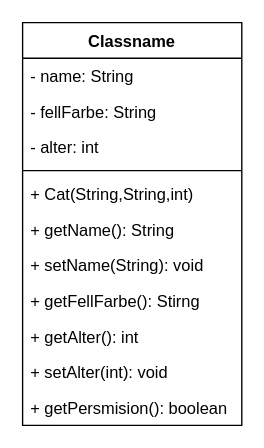
Earlier version of the draw.io diagram klassendiagramm.drawio (bacaiib/02a_Klassen_Objekte_1). Source tidied: cells renumbered, new cells numbered last; positions are measured from the earlier drawing's top-left corner, leaving out a move shared by most shapes. Both pictures are drawn from the tidied source at 137%, with x=0, y=0 at pixel (22, 22).
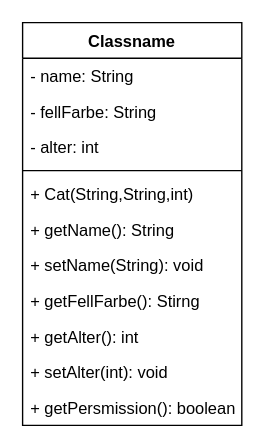
The same page after the edit.

What changed in the source:
```diff
@@
 <mxGraphModel>
   <root>
     <mxCell id="0" />
     <mxCell id="1" parent="0" />
     <mxCell id="2" value="Classname" style="swimlane;fontStyle=1;align=center;verticalAlign=top;horizontal=1;startSize=26;" parent="1" vertex="1">
       <mxGeometry width="160" height="294" as="geometry" />
     </mxCell>
     <mxCell id="3" value="- name: String" style="text;strokeColor=none;fillColor=none;align=left;verticalAlign=top;spacingLeft=4;spacingRight=4;overflow=hidden;" parent="2" vertex="1">
       <mxGeometry y="26" width="160" height="26" as="geometry" />
     </mxCell>
     <mxCell id="4" value="- fellFarbe: String" style="text;strokeColor=none;fillColor=none;align=left;verticalAlign=top;spacingLeft=4;spacingRight=4;overflow=hidden;" parent="2" vertex="1">
       <mxGeometry y="52" width="160" height="26" as="geometry" />
     </mxCell>
     <mxCell id="5" value="- alter: int" style="text;strokeColor=none;fillColor=none;align=left;verticalAlign=top;spacingLeft=4;spacingRight=4;overflow=hidden;" parent="2" vertex="1">
       <mxGeometry y="78" width="160" height="26" as="geometry" />
     </mxCell>
     <mxCell id="6" style="line;strokeWidth=1;fillColor=none;align=left;verticalAlign=middle;spacingTop=-1;spacingLeft=3;spacingRight=3;labelPosition=right;strokeColor=inherit;" parent="2" vertex="1">
       <mxGeometry y="104" width="160" height="8" as="geometry" />
     </mxCell>
     <mxCell id="7" value="+ Cat(String,String,int) " style="text;strokeColor=none;fillColor=none;align=left;verticalAlign=top;spacingLeft=4;spacingRight=4;overflow=hidden;" parent="2" vertex="1">
       <mxGeometry y="112" width="160" height="26" as="geometry" />
     </mxCell>
     <mxCell id="8" value="+ getName(): String" style="text;strokeColor=none;fillColor=none;align=left;verticalAlign=top;spacingLeft=4;spacingRight=4;overflow=hidden;" parent="2" vertex="1">
       <mxGeometry y="138" width="160" height="26" as="geometry" />
     </mxCell>
     <mxCell id="9" value="+ setName(String): void" style="text;strokeColor=none;fillColor=none;align=left;verticalAlign=top;spacingLeft=4;spacingRight=4;overflow=hidden;" parent="2" vertex="1">
       <mxGeometry y="164" width="160" height="26" as="geometry" />
     </mxCell>
     <mxCell id="10" value="+ getFellFarbe(): Stirng" style="text;strokeColor=none;fillColor=none;align=left;verticalAlign=top;spacingLeft=4;spacingRight=4;overflow=hidden;" parent="2" vertex="1">
       <mxGeometry y="190" width="160" height="26" as="geometry" />
     </mxCell>
     <mxCell id="11" value="+ getAlter(): int" style="text;strokeColor=none;fillColor=none;align=left;verticalAlign=top;spacingLeft=4;spacingRight=4;overflow=hidden;" parent="2" vertex="1">
       <mxGeometry y="216" width="160" height="26" as="geometry" />
     </mxCell>
     <mxCell id="12" value="+ setAlter(int): void" style="text;strokeColor=none;fillColor=none;align=left;verticalAlign=top;spacingLeft=4;spacingRight=4;overflow=hidden;" parent="2" vertex="1">
       <mxGeometry y="242" width="160" height="26" as="geometry" />
     </mxCell>
-    <mxCell id="13" value="+ getPersmision(): boolean" style="text;strokeColor=none;fillColor=none;align=left;verticalAlign=top;spacingLeft=4;spacingRight=4;overflow=hidden;" parent="2" vertex="1">
+    <mxCell id="13" value="+ getPersmission(): boolean" style="text;strokeColor=none;fillColor=none;align=left;verticalAlign=top;spacingLeft=4;spacingRight=4;overflow=hidden;" parent="2" vertex="1">
       <mxGeometry y="268" width="160" height="26" as="geometry" />
     </mxCell>
   </root>
 </mxGraphModel>
```
